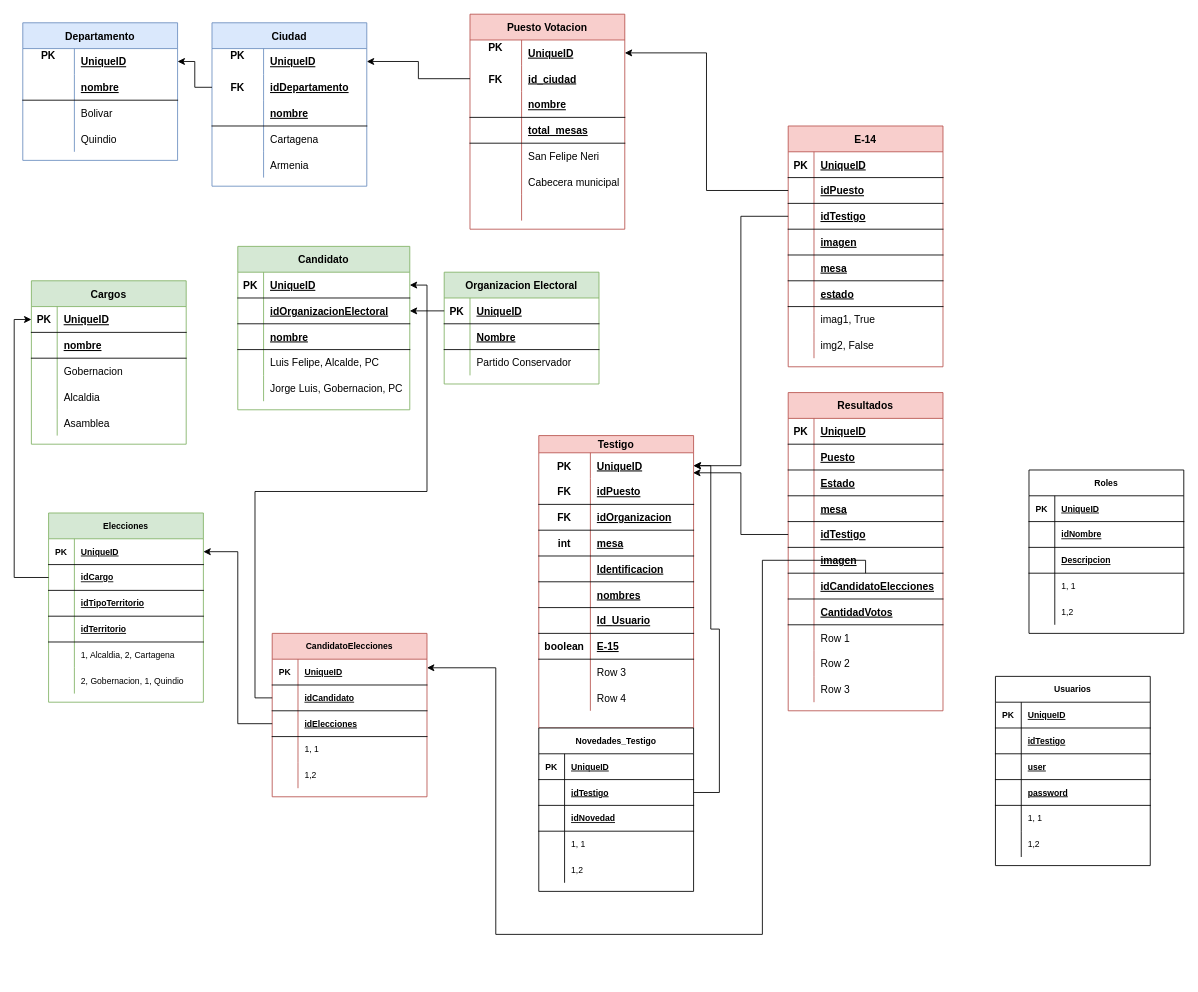
The draw.io diagram page "Modelo E-R" (2 of 6) of docs/Testigos Electorales.drawio in jlchavarriaga/TestigosElectorales, before the edit. Source tidied: cells renumbered, new cells numbered last; positions are measured from the earlier drawing's top-left corner, leaving out a move shared by most shapes. Both pictures are drawn from the tidied source at 86%, with x=0, y=0 at pixel (22, 14).
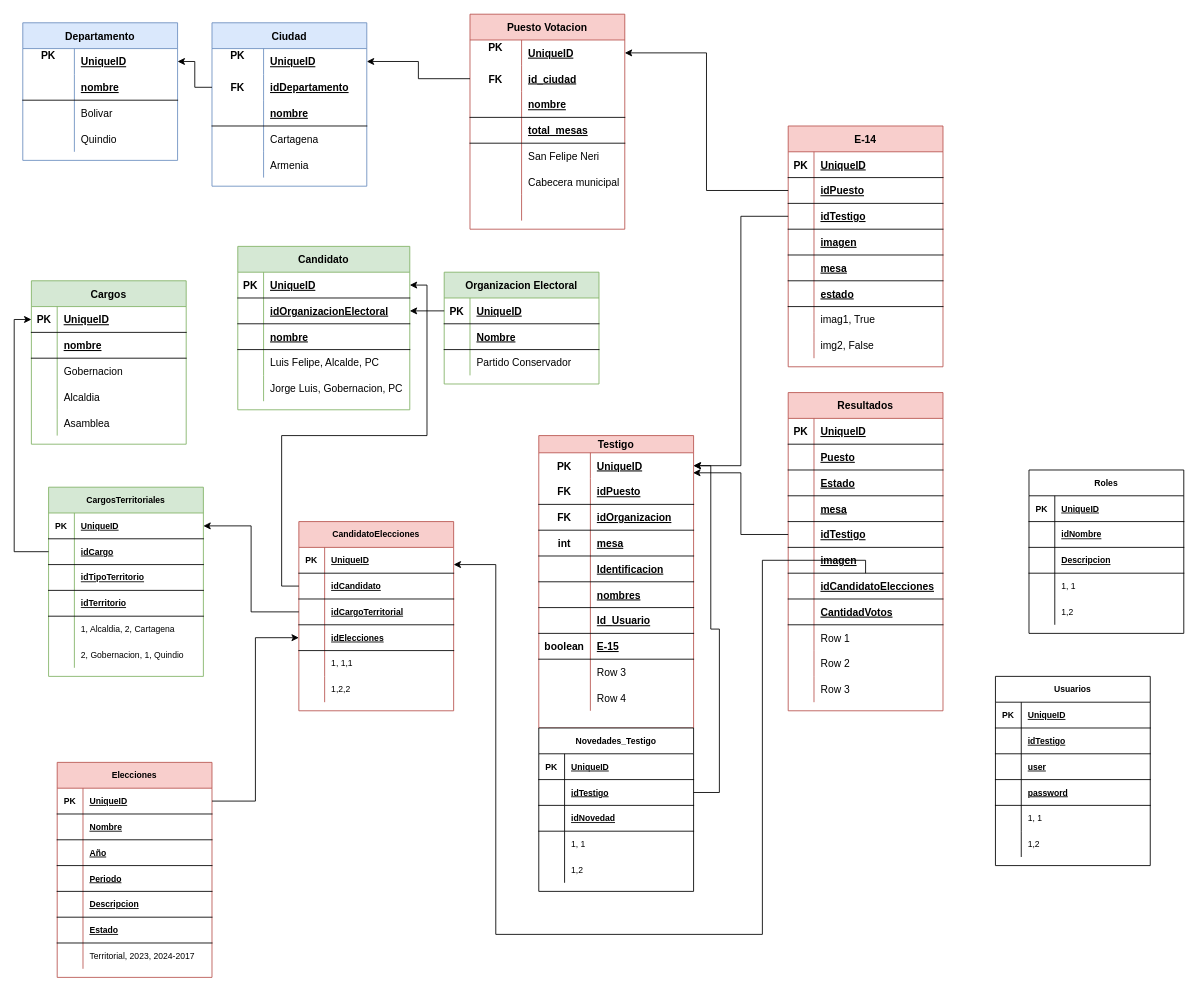
The same page after the edit.

Unchanged cells that the change refers to:
```xml
<mxCell id="175" style="shape=tableRow;horizontal=0;startSize=0;swimlaneHead=0;swimlaneBody=0;fillColor=none;points=[[0,0.5],[1,0.5]];portConstraint=eastwest;top=0;left=0;right=0;bottom=1;" parent="156" vertex="1">
  <mxGeometry y="210" width="180" height="30" as="geometry" />
</mxCell>
<mxCell id="211" style="shape=tableRow;horizontal=0;startSize=0;swimlaneHead=0;swimlaneBody=0;fillColor=none;points=[[0,0.5],[1,0.5]];portConstraint=eastwest;top=0;left=0;right=0;bottom=1;fontSize=10;fontColor=#000000;" parent="210" vertex="1">
  <mxGeometry y="30" width="180" height="30" as="geometry" />
</mxCell>
<mxCell id="217" style="shape=tableRow;horizontal=0;startSize=0;swimlaneHead=0;swimlaneBody=0;fillColor=none;points=[[0,0.5],[1,0.5]];portConstraint=eastwest;top=0;left=0;right=0;bottom=1;fontSize=10;fontColor=#000000;" parent="210" vertex="1">
  <mxGeometry y="90" width="180" height="30" as="geometry" />
</mxCell>
```

Diff of the diagram source:
```diff
@@
-    <mxCell id="191" value="Elecciones" style="shape=table;startSize=30;childLayout=tableLayout;rowLines=0;fontStyle=1;align=center;fontSize=10;fillColor=#d5e8d4;strokeColor=#82b366;" parent="1" vertex="1">
-      <mxGeometry x="30" y="580" width="180" height="220" as="geometry" />
+    <mxCell id="191" value="CargosTerritoriales" style="shape=table;startSize=30;childLayout=tableLayout;rowLines=0;fontStyle=1;align=center;fontSize=10;fillColor=#d5e8d4;strokeColor=#82b366;" parent="1" vertex="1">
+      <mxGeometry x="30" y="550" width="180" height="220" as="geometry" />
     </mxCell>
@@
     <mxCell id="210" value="CandidatoElecciones" style="shape=table;startSize=30;childLayout=tableLayout;rowLines=0;fontStyle=1;align=center;fontSize=10;fillColor=#f8cecc;strokeColor=#b85450;" parent="1" vertex="1">
-      <mxGeometry x="290" y="720" width="180" height="190" as="geometry" />
+      <mxGeometry x="321" y="590" width="180" height="220" as="geometry" />
     </mxCell>
@@
-    <mxCell id="219" value="idElecciones" style="shape=partialRectangle;fillColor=none;top=0;left=0;bottom=0;right=0;align=left;spacingLeft=6;fontStyle=5;overflow=hidden;fontSize=10;fontColor=#000000;" parent="217" vertex="1">
+    <mxCell id="219" value="idCargoTerritorial" style="shape=partialRectangle;fillColor=none;top=0;left=0;bottom=0;right=0;align=left;spacingLeft=6;fontStyle=5;overflow=hidden;fontSize=10;fontColor=#000000;" parent="217" vertex="1">
       <mxGeometry x="30" width="150" height="30" as="geometry" />
     </mxCell>
+    <mxCell id="283" style="shape=tableRow;horizontal=0;startSize=0;swimlaneHead=0;swimlaneBody=0;fillColor=none;points=[[0,0.5],[1,0.5]];portConstraint=eastwest;top=0;left=0;right=0;bottom=1;fontSize=10;fontColor=#000000;" parent="210" vertex="1">
+      <mxGeometry y="120" width="180" height="30" as="geometry" />
+    </mxCell>
+    <mxCell id="284" style="shape=partialRectangle;fillColor=none;top=0;left=0;bottom=0;right=0;fontStyle=1;overflow=hidden;fontSize=10;fontColor=#000000;" parent="283" vertex="1">
+      <mxGeometry width="30" height="30" as="geometry" />
+    </mxCell>
+    <mxCell id="285" value="idElecciones" style="shape=partialRectangle;fillColor=none;top=0;left=0;bottom=0;right=0;align=left;spacingLeft=6;fontStyle=5;overflow=hidden;fontSize=10;fontColor=#000000;" parent="283" vertex="1">
+      <mxGeometry x="30" width="150" height="30" as="geometry" />
+    </mxCell>
     <mxCell id="220" style="shape=tableRow;horizontal=0;startSize=0;swimlaneHead=0;swimlaneBody=0;fillColor=none;top=0;left=0;right=0;bottom=0;fontSize=10;fontColor=#000000;" parent="210" vertex="1">
-      <mxGeometry y="120" width="180" height="30" as="geometry" />
+      <mxGeometry y="150" width="180" height="30" as="geometry" />
     </mxCell>
@@
-    <mxCell id="222" value="1, 1" style="shape=partialRectangle;fillColor=none;top=0;left=0;bottom=0;right=0;align=left;spacingLeft=6;overflow=hidden;fontSize=10;fontColor=#000000;" parent="220" vertex="1">
+    <mxCell id="222" value="1, 1,1" style="shape=partialRectangle;fillColor=none;top=0;left=0;bottom=0;right=0;align=left;spacingLeft=6;overflow=hidden;fontSize=10;fontColor=#000000;" parent="220" vertex="1">
       <mxGeometry x="30" width="150" height="30" as="geometry" />
     </mxCell>
     <mxCell id="223" style="shape=tableRow;horizontal=0;startSize=0;swimlaneHead=0;swimlaneBody=0;fillColor=none;top=0;left=0;right=0;bottom=0;fontSize=10;fontColor=#000000;" parent="210" vertex="1">
-      <mxGeometry y="150" width="180" height="30" as="geometry" />
+      <mxGeometry y="180" width="180" height="30" as="geometry" />
     </mxCell>
@@
-    <mxCell id="225" value="1,2" style="shape=partialRectangle;fillColor=none;top=0;left=0;bottom=0;right=0;align=left;spacingLeft=6;overflow=hidden;fontSize=10;fontColor=#000000;" parent="223" vertex="1">
+    <mxCell id="225" value="1,2,2" style="shape=partialRectangle;fillColor=none;top=0;left=0;bottom=0;right=0;align=left;spacingLeft=6;overflow=hidden;fontSize=10;fontColor=#000000;" parent="223" vertex="1">
       <mxGeometry x="30" width="150" height="30" as="geometry" />
     </mxCell>
@@
     <mxCell id="230" style="edgeStyle=orthogonalEdgeStyle;rounded=0;jettySize=auto;html=1;" parent="1" edge="1" source="175" target="211">
       <mxGeometry relative="1" as="geometry">
         <Array as="points">
+          <mxPoint x="980" y="635" />
           <mxPoint x="860" y="635" />
           <mxPoint x="860" y="1070" />
           <mxPoint x="550" y="1070" />
-          <mxPoint x="550" y="760" />
+          <mxPoint x="550" y="640" />
         </Array>
       </mxGeometry>
     </mxCell>
@@
+    <mxCell id="286" value="Elecciones" style="shape=table;startSize=30;childLayout=tableLayout;rowLines=0;fontStyle=1;align=center;fontSize=10;fillColor=#f8cecc;strokeColor=#b85450;" parent="1" vertex="1">
+      <mxGeometry x="40" y="870" width="180" height="250" as="geometry" />
+    </mxCell>
+    <mxCell id="287" style="shape=tableRow;horizontal=0;startSize=0;swimlaneHead=0;swimlaneBody=0;fillColor=none;points=[[0,0.5],[1,0.5]];portConstraint=eastwest;top=0;left=0;right=0;bottom=1;fontSize=10;fontColor=#000000;" parent="286" vertex="1">
+      <mxGeometry y="30" width="180" height="30" as="geometry" />
+    </mxCell>
+    <mxCell id="288" value="PK" style="shape=partialRectangle;fillColor=none;top=0;left=0;bottom=0;right=0;fontStyle=1;overflow=hidden;fontSize=10;fontColor=#000000;" parent="287" vertex="1">
+      <mxGeometry width="30" height="30" as="geometry" />
+    </mxCell>
+    <mxCell id="289" value="UniqueID" style="shape=partialRectangle;fillColor=none;top=0;left=0;bottom=0;right=0;align=left;spacingLeft=6;fontStyle=5;overflow=hidden;fontSize=10;fontColor=#000000;" parent="287" vertex="1">
+      <mxGeometry x="30" width="150" height="30" as="geometry" />
+    </mxCell>
+    <mxCell id="290" style="shape=tableRow;horizontal=0;startSize=0;swimlaneHead=0;swimlaneBody=0;fillColor=none;top=0;left=0;right=0;bottom=1;fontSize=10;fontColor=#000000;" parent="286" vertex="1">
+      <mxGeometry y="60" width="180" height="30" as="geometry" />
+    </mxCell>
+    <mxCell id="291" style="shape=partialRectangle;fillColor=none;top=0;left=0;bottom=0;right=0;fontStyle=1;overflow=hidden;fontSize=10;fontColor=#000000;" parent="290" vertex="1">
+      <mxGeometry width="30" height="30" as="geometry" />
+    </mxCell>
+    <mxCell id="292" value="Nombre" style="shape=partialRectangle;fillColor=none;top=0;left=0;bottom=0;right=0;align=left;spacingLeft=6;fontStyle=5;overflow=hidden;fontSize=10;fontColor=#000000;" parent="290" vertex="1">
+      <mxGeometry x="30" width="150" height="30" as="geometry" />
+    </mxCell>
+    <mxCell id="293" style="shape=tableRow;horizontal=0;startSize=0;swimlaneHead=0;swimlaneBody=0;fillColor=none;top=0;left=0;right=0;bottom=1;fontSize=10;fontColor=#000000;" parent="286" vertex="1">
+      <mxGeometry y="90" width="180" height="30" as="geometry" />
+    </mxCell>
+    <mxCell id="294" style="shape=partialRectangle;fillColor=none;top=0;left=0;bottom=0;right=0;fontStyle=1;overflow=hidden;fontSize=10;fontColor=#000000;" parent="293" vertex="1">
+      <mxGeometry width="30" height="30" as="geometry" />
+    </mxCell>
+    <mxCell id="295" value="Año" style="shape=partialRectangle;fillColor=none;top=0;left=0;bottom=0;right=0;align=left;spacingLeft=6;fontStyle=5;overflow=hidden;fontSize=10;fontColor=#000000;" parent="293" vertex="1">
+      <mxGeometry x="30" width="150" height="30" as="geometry" />
+    </mxCell>
+    <mxCell id="296" style="shape=tableRow;horizontal=0;startSize=0;swimlaneHead=0;swimlaneBody=0;fillColor=none;top=0;left=0;right=0;bottom=1;fontSize=10;fontColor=#000000;" parent="286" vertex="1">
+      <mxGeometry y="120" width="180" height="30" as="geometry" />
+    </mxCell>
+    <mxCell id="297" style="shape=partialRectangle;fillColor=none;top=0;left=0;bottom=0;right=0;fontStyle=1;overflow=hidden;fontSize=10;fontColor=#000000;" parent="296" vertex="1">
+      <mxGeometry width="30" height="30" as="geometry" />
+    </mxCell>
+    <mxCell id="298" value="Periodo" style="shape=partialRectangle;fillColor=none;top=0;left=0;bottom=0;right=0;align=left;spacingLeft=6;fontStyle=5;overflow=hidden;fontSize=10;fontColor=#000000;" parent="296" vertex="1">
+      <mxGeometry x="30" width="150" height="30" as="geometry" />
+    </mxCell>
+    <mxCell id="299" style="shape=tableRow;horizontal=0;startSize=0;swimlaneHead=0;swimlaneBody=0;fillColor=none;top=0;left=0;right=0;bottom=1;fontSize=10;fontColor=#000000;" parent="286" vertex="1">
+      <mxGeometry y="150" width="180" height="30" as="geometry" />
+    </mxCell>
+    <mxCell id="300" style="shape=partialRectangle;fillColor=none;top=0;left=0;bottom=0;right=0;fontStyle=1;overflow=hidden;fontSize=10;fontColor=#000000;" parent="299" vertex="1">
+      <mxGeometry width="30" height="30" as="geometry" />
+    </mxCell>
+    <mxCell id="301" value="Descripcion" style="shape=partialRectangle;fillColor=none;top=0;left=0;bottom=0;right=0;align=left;spacingLeft=6;fontStyle=5;overflow=hidden;fontSize=10;fontColor=#000000;" parent="299" vertex="1">
+      <mxGeometry x="30" width="150" height="30" as="geometry" />
+    </mxCell>
+    <mxCell id="302" style="shape=tableRow;horizontal=0;startSize=0;swimlaneHead=0;swimlaneBody=0;fillColor=none;top=0;left=0;right=0;bottom=1;fontSize=10;fontColor=#000000;" parent="286" vertex="1">
+      <mxGeometry y="180" width="180" height="30" as="geometry" />
+    </mxCell>
+    <mxCell id="303" style="shape=partialRectangle;fillColor=none;top=0;left=0;bottom=0;right=0;fontStyle=1;overflow=hidden;fontSize=10;fontColor=#000000;" parent="302" vertex="1">
+      <mxGeometry width="30" height="30" as="geometry" />
+    </mxCell>
+    <mxCell id="304" value="Estado" style="shape=partialRectangle;fillColor=none;top=0;left=0;bottom=0;right=0;align=left;spacingLeft=6;fontStyle=5;overflow=hidden;fontSize=10;fontColor=#000000;" parent="302" vertex="1">
+      <mxGeometry x="30" width="150" height="30" as="geometry" />
+    </mxCell>
+    <mxCell id="305" style="shape=tableRow;horizontal=0;startSize=0;swimlaneHead=0;swimlaneBody=0;fillColor=none;top=0;left=0;right=0;bottom=0;fontSize=10;fontColor=#000000;" parent="286" vertex="1">
+      <mxGeometry y="210" width="180" height="30" as="geometry" />
+    </mxCell>
+    <mxCell id="306" style="shape=partialRectangle;fillColor=none;top=0;left=0;bottom=0;right=0;overflow=hidden;fontSize=10;fontColor=#000000;" parent="305" vertex="1">
+      <mxGeometry width="30" height="30" as="geometry" />
+    </mxCell>
+    <mxCell id="307" value="Territorial, 2023, 2024-2017" style="shape=partialRectangle;fillColor=none;top=0;left=0;bottom=0;right=0;align=left;spacingLeft=6;overflow=hidden;fontSize=10;fontColor=#000000;" parent="305" vertex="1">
+      <mxGeometry x="30" width="150" height="30" as="geometry" />
+    </mxCell>
+    <mxCell id="308" style="edgeStyle=orthogonalEdgeStyle;rounded=0;jettySize=auto;html=1;entryX=0;entryY=0.5;entryDx=0;entryDy=0;" parent="1" edge="1" source="287" target="283">
+      <mxGeometry relative="1" as="geometry" />
+    </mxCell>
```
